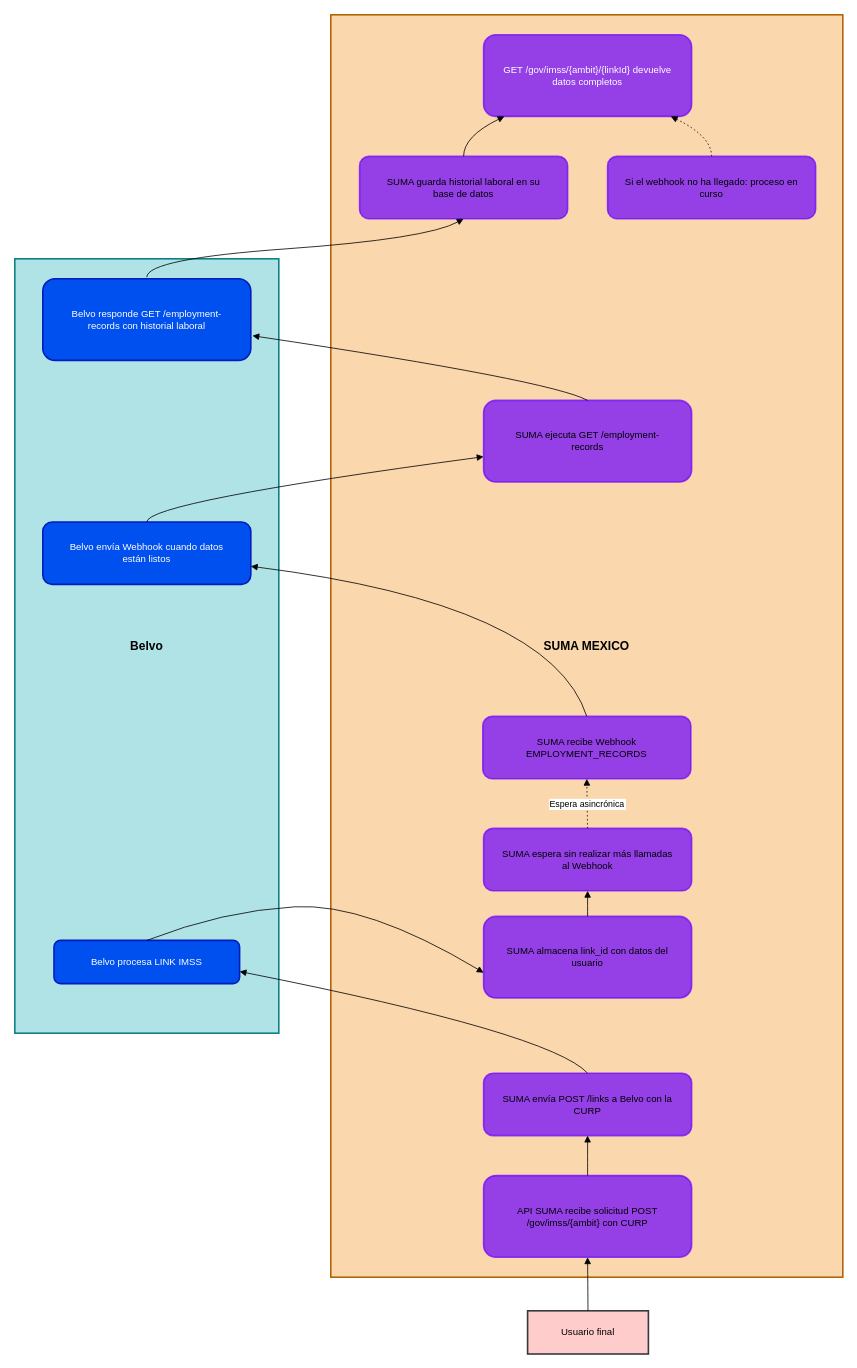
Before: diagrama_belvo_imss.drawio in Jeremy-Aza/diagramas-drawio, a draw.io diagram. Source tidied: cells renumbered, new cells numbered last; positions are measured from the earlier drawing's top-left corner, leaving out a move shared by most shapes. Both pictures are drawn from the tidied source at 80%, with x=0, y=0 at pixel (14, 14).
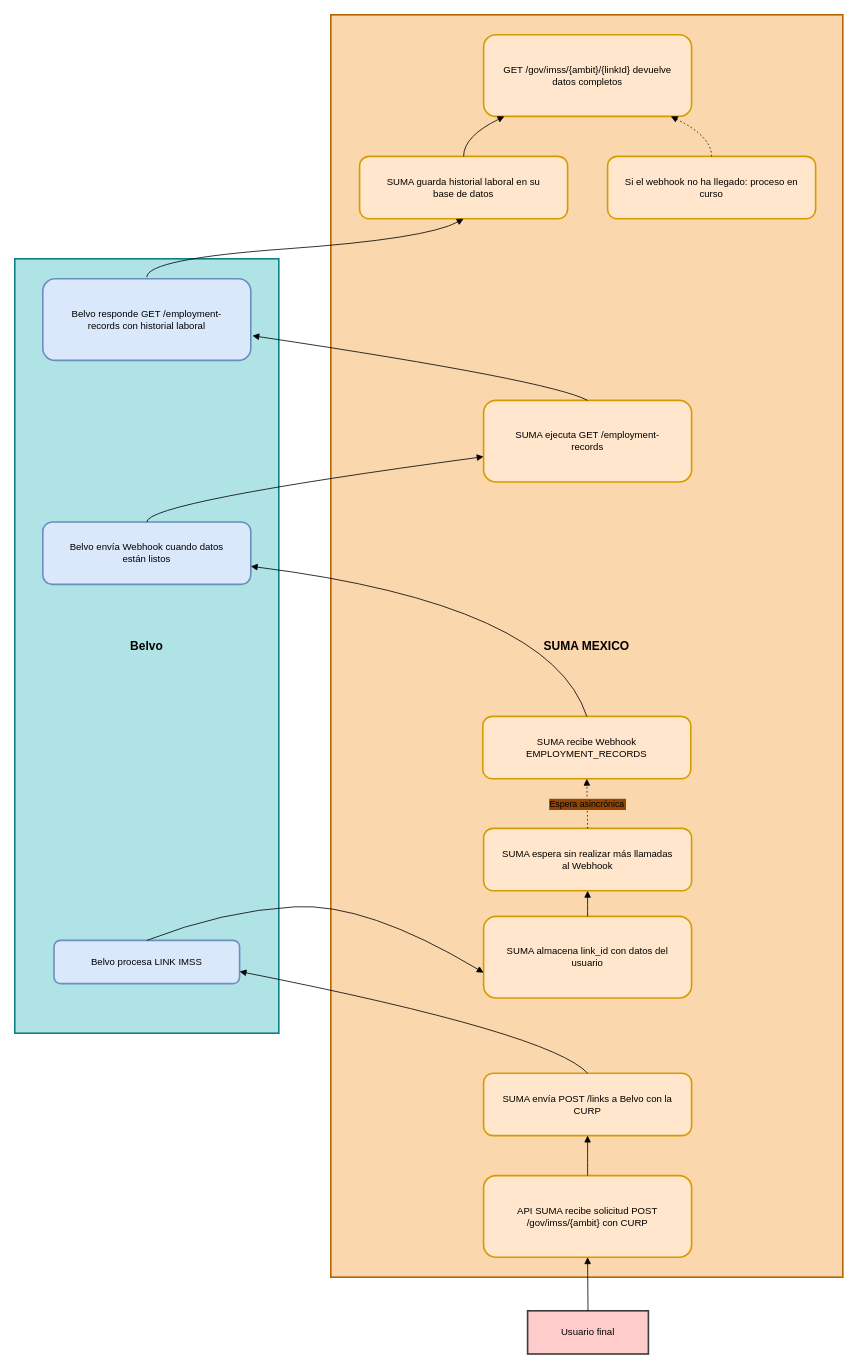
After the change.

Diff of the diagram source:
```diff
@@
-    <mxCell id="2" value="Belvo" style="whiteSpace=wrap;strokeWidth=2;fillColor=#b0e3e6;strokeColor=#0e8088;rounded=0;glass=0;spacingTop=0;spacingLeft=0;fontStyle=1;fontSize=15;" parent="1" vertex="1">
+    <mxCell id="2" value="Belvo" style="whiteSpace=wrap;strokeWidth=2;fillColor=#b0e3e6;strokeColor=#0e8088;rounded=0;glass=0;spacingTop=0;spacingLeft=0;fontStyle=1;fontSize=15;fontFamily=Helvetica;" parent="1" vertex="1">
       <mxGeometry y="305" width="330" height="968" as="geometry" />
     </mxCell>
-    <mxCell id="3" value="SUMA MEXICO" style="whiteSpace=wrap;strokeWidth=2;fillColor=#fad7ac;strokeColor=#b46504;fontStyle=1;fontSize=15;" parent="1" vertex="1">
+    <mxCell id="3" value="SUMA MEXICO" style="whiteSpace=wrap;strokeWidth=2;fillColor=#fad7ac;strokeColor=#b46504;fontStyle=1;fontSize=15;fontFamily=Helvetica;" parent="1" vertex="1">
       <mxGeometry x="395" width="640" height="1578" as="geometry" />
     </mxCell>
-    <mxCell id="4" value="API SUMA recibe solicitud POST /gov/imss/{ambit} con CURP" style="whiteSpace=wrap;strokeWidth=2;fillColor=light-dark(#6A00FFB3,#ED6C1DB3);fontColor=light-dark(#000000,#171717);rounded=1;strokeColor=light-dark(#6A00FFB3,#ED4C07B3);spacingLeft=20;spacingRight=20;" parent="1" vertex="1">
+    <mxCell id="4" value="API SUMA recibe solicitud POST /gov/imss/{ambit} con CURP" style="whiteSpace=wrap;strokeWidth=2;fillColor=#ffe6cc;rounded=1;strokeColor=#d79b00;spacingLeft=20;spacingRight=20;" parent="1" vertex="1">
       <mxGeometry x="586" y="1451" width="260" height="102" as="geometry" />
     </mxCell>
-    <mxCell id="5" value="SUMA envía POST /links a Belvo con la CURP" style="whiteSpace=wrap;strokeWidth=2;fillColor=light-dark(#6A00FFB3,#ED6C1DB3);fontColor=light-dark(#000000,#171717);rounded=1;strokeColor=light-dark(#6A00FFB3,#ED4C07B3);spacingLeft=20;spacingRight=20;" parent="1" vertex="1">
+    <mxCell id="5" value="SUMA envía POST /links a Belvo con la CURP" style="whiteSpace=wrap;strokeWidth=2;fillColor=#ffe6cc;rounded=1;strokeColor=#d79b00;spacingLeft=20;spacingRight=20;" parent="1" vertex="1">
       <mxGeometry x="586" y="1323" width="260" height="78" as="geometry" />
     </mxCell>
-    <mxCell id="6" value="SUMA almacena link_id con datos del usuario" style="whiteSpace=wrap;strokeWidth=2;fillColor=light-dark(#6A00FFB3,#ED6C1DB3);fontColor=light-dark(#000000,#171717);rounded=1;strokeColor=light-dark(#6A00FFB3,#ED4C07B3);spacingLeft=20;spacingRight=20;" parent="1" vertex="1">
+    <mxCell id="6" value="SUMA almacena link_id con datos del usuario" style="whiteSpace=wrap;strokeWidth=2;fillColor=#ffe6cc;rounded=1;strokeColor=#d79b00;spacingLeft=20;spacingRight=20;" parent="1" vertex="1">
       <mxGeometry x="586" y="1127" width="260" height="102" as="geometry" />
     </mxCell>
-    <mxCell id="7" value="SUMA espera sin realizar más llamadas al Webhook" style="whiteSpace=wrap;strokeWidth=2;fillColor=light-dark(#6A00FFB3,#ED6C1DB3);fontColor=light-dark(#000000,#171717);rounded=1;strokeColor=light-dark(#6A00FFB3,#ED4C07B3);spacingLeft=20;spacingRight=20;" parent="1" vertex="1">
+    <mxCell id="7" value="SUMA espera sin realizar más llamadas al Webhook" style="whiteSpace=wrap;strokeWidth=2;fillColor=#ffe6cc;rounded=1;strokeColor=#d79b00;spacingLeft=20;spacingRight=20;" parent="1" vertex="1">
       <mxGeometry x="586" y="1017" width="260" height="78" as="geometry" />
     </mxCell>
-    <mxCell id="8" value="SUMA recibe Webhook EMPLOYMENT_RECORDS" style="whiteSpace=wrap;strokeWidth=2;fillColor=light-dark(#6A00FFB3,#ED6C1DB3);fontColor=light-dark(#000000,#FFFFFF);rounded=1;strokeColor=light-dark(#6A00FFB3,#ED4C07B3);spacingLeft=20;spacingRight=20;" parent="1" vertex="1">
+    <mxCell id="8" value="SUMA recibe Webhook EMPLOYMENT_RECORDS" style="whiteSpace=wrap;strokeWidth=2;fillColor=#ffe6cc;rounded=1;strokeColor=#d79b00;spacingLeft=20;spacingRight=20;" parent="1" vertex="1">
       <mxGeometry x="585" y="877" width="260" height="78" as="geometry" />
     </mxCell>
-    <mxCell id="9" value="SUMA ejecuta GET /employment-records" style="whiteSpace=wrap;strokeWidth=2;fillColor=light-dark(#6A00FFB3,#ED6C1DB3);fontColor=light-dark(#000000,#171717);rounded=1;strokeColor=light-dark(#6A00FFB3,#ED4C07B3);spacingLeft=20;spacingRight=20;" parent="1" vertex="1">
+    <mxCell id="9" value="SUMA ejecuta GET /employment-records" style="whiteSpace=wrap;strokeWidth=2;fillColor=#ffe6cc;rounded=1;strokeColor=#d79b00;spacingLeft=20;spacingRight=20;" parent="1" vertex="1">
       <mxGeometry x="586" y="482" width="260" height="102" as="geometry" />
     </mxCell>
-    <mxCell id="10" value="SUMA guarda historial laboral en su base de datos" style="whiteSpace=wrap;strokeWidth=2;fillColor=light-dark(#6A00FFB3,#ED6C1DB3);fontColor=light-dark(#000000,#171717);rounded=1;strokeColor=light-dark(#6A00FFB3,#ED4C07B3);spacingLeft=20;spacingRight=20;" parent="1" vertex="1">
+    <mxCell id="10" value="SUMA guarda historial laboral en su base de datos" style="whiteSpace=wrap;strokeWidth=2;fillColor=#ffe6cc;rounded=1;strokeColor=#d79b00;spacingLeft=20;spacingRight=20;" parent="1" vertex="1">
       <mxGeometry x="431" y="177" width="260" height="78" as="geometry" />
     </mxCell>
-    <mxCell id="11" value="GET /gov/imss/{ambit}/{linkId} devuelve datos completos" style="whiteSpace=wrap;strokeWidth=2;fillColor=light-dark(#6A00FFB3,#ED6C1DB3);strokeColor=light-dark(#6A00FFB3,#ED4C07B3);fontColor=#ffffff;rounded=1;spacingLeft=20;spacingRight=20;" parent="1" vertex="1">
+    <mxCell id="11" value="GET /gov/imss/{ambit}/{linkId} devuelve datos completos" style="whiteSpace=wrap;strokeWidth=2;fillColor=#ffe6cc;strokeColor=#d79b00;rounded=1;spacingLeft=20;spacingRight=20;" parent="1" vertex="1">
       <mxGeometry x="586" y="25" width="260" height="102" as="geometry" />
     </mxCell>
-    <mxCell id="12" value="Si el webhook no ha llegado: proceso en curso" style="whiteSpace=wrap;strokeWidth=2;fillColor=light-dark(#6A00FFB3,#ED6C1DB3);fontColor=light-dark(#000000,#171717);rounded=1;strokeColor=light-dark(#6A00FFB3,#ED4C07B3);spacingLeft=20;spacingRight=20;" parent="1" vertex="1">
+    <mxCell id="12" value="Si el webhook no ha llegado: proceso en curso" style="whiteSpace=wrap;strokeWidth=2;fillColor=#FFE6CC;rounded=1;strokeColor=#d79b00;spacingLeft=20;spacingRight=20;" parent="1" vertex="1">
       <mxGeometry x="741" y="177" width="260" height="78" as="geometry" />
     </mxCell>
-    <mxCell id="13" value="Belvo procesa LINK IMSS" style="whiteSpace=wrap;strokeWidth=2;fillColor=#0050ef;fontColor=#ffffff;strokeColor=#001DBC;rounded=1;spacingLeft=20;spacingRight=20;" parent="1" vertex="1">
+    <mxCell id="13" value="Belvo procesa LINK IMSS" style="whiteSpace=wrap;strokeWidth=2;fillColor=#dae8fc;strokeColor=#6c8ebf;rounded=1;spacingLeft=20;spacingRight=20;" parent="1" vertex="1">
       <mxGeometry x="49" y="1157" width="232" height="54" as="geometry" />
     </mxCell>
-    <mxCell id="14" value="Belvo envía Webhook cuando datos están listos" style="whiteSpace=wrap;strokeWidth=2;fillColor=#0050ef;fontColor=#ffffff;strokeColor=#001DBC;spacingLeft=20;spacingRight=20;rounded=1;glass=0;shadow=0;" parent="1" vertex="1">
+    <mxCell id="14" value="Belvo envía Webhook cuando datos están listos" style="whiteSpace=wrap;strokeWidth=2;fillColor=#dae8fc;strokeColor=#6c8ebf;spacingLeft=20;spacingRight=20;rounded=1;glass=0;shadow=0;" parent="1" vertex="1">
       <mxGeometry x="35" y="634" width="260" height="78" as="geometry" />
     </mxCell>
-    <mxCell id="15" value="Belvo responde GET /employment-records con historial laboral" style="whiteSpace=wrap;strokeWidth=2;fillColor=#0050ef;fontColor=#ffffff;strokeColor=#001DBC;perimeterSpacing=2;rounded=1;spacingLeft=20;spacingRight=20;fontStyle=0;" parent="1" vertex="1">
+    <mxCell id="15" value="Belvo responde GET /employment-records con historial laboral" style="whiteSpace=wrap;strokeWidth=2;fillColor=#dae8fc;strokeColor=#6c8ebf;perimeterSpacing=2;rounded=1;spacingLeft=20;spacingRight=20;fontStyle=0;" parent="1" vertex="1">
       <mxGeometry x="35" y="330" width="260" height="102" as="geometry" />
     </mxCell>
@@
-    <mxCell id="22" value="Espera asincrónica" style="curved=1;dashed=1;dashPattern=2 3;startArrow=none;endArrow=block;exitX=0.5;exitY=0;entryX=0.5;entryY=1;rounded=0;labelBackgroundColor=light-dark(#FFFFFF,#FFA32C);fontColor=light-dark(#000000,#171717);spacingLeft=20;spacingRight=20;" parent="1" edge="1" source="7" target="8">
+    <mxCell id="22" value="Espera asincrónica" style="curved=1;dashed=1;dashPattern=2 3;startArrow=none;endArrow=block;exitX=0.5;exitY=0;rounded=0;labelBackgroundColor=light-dark(#914504,#D97623);fontColor=light-dark(#000000,#000000);spacingLeft=20;spacingRight=20;entryX=0.5;entryY=1;entryDx=0;entryDy=0;align=center;labelBorderColor=none;textShadow=0;spacingTop=0;spacing=0;" parent="1" edge="1" source="7" target="8">
       <mxGeometry relative="1" as="geometry" />
     </mxCell>
```
